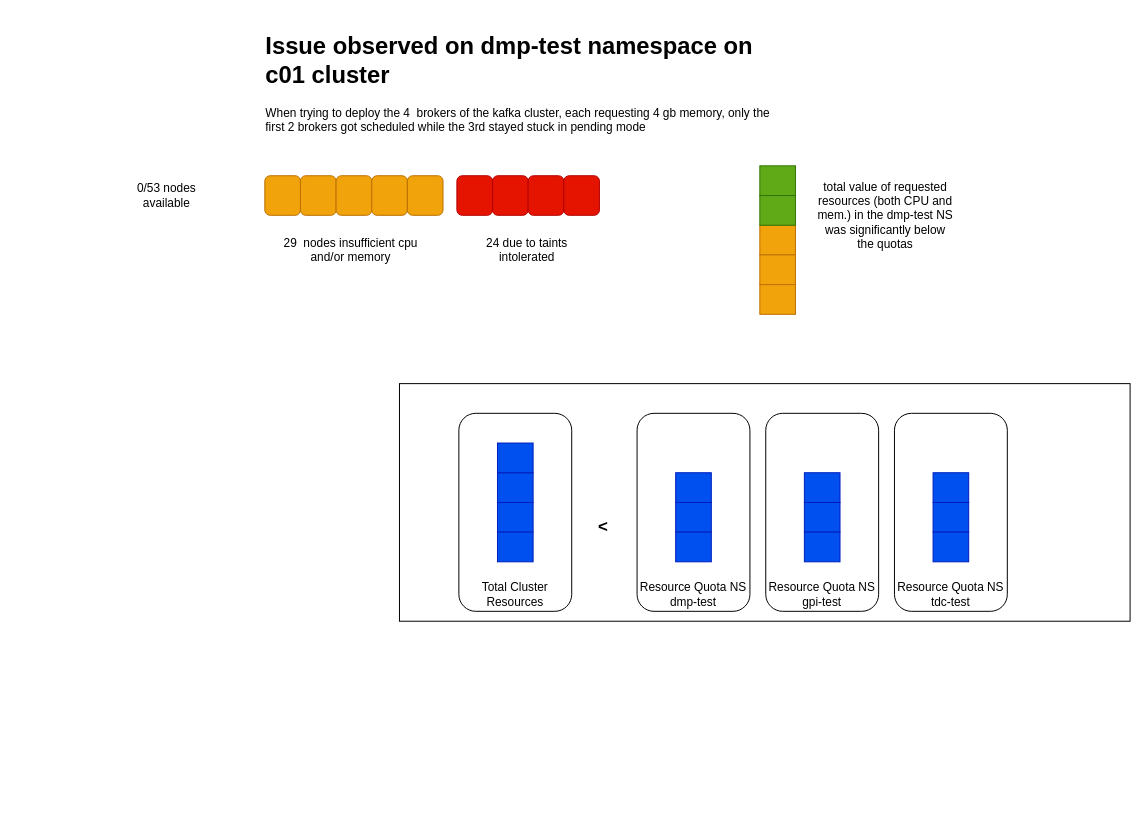
Above: page "first_come_first_served_issue" (4 of 5) of oc_ns_resource_allocation.drawio in phgSW61HS/doczipkafka (draw.io), before the change. Source tidied: cells renumbered, new cells numbered last; positions are measured from the earlier drawing's top-left corner, leaving out a move shared by most shapes. Both pictures are drawn from the tidied source at 99%, with x=0, y=0 at pixel (122, 27).
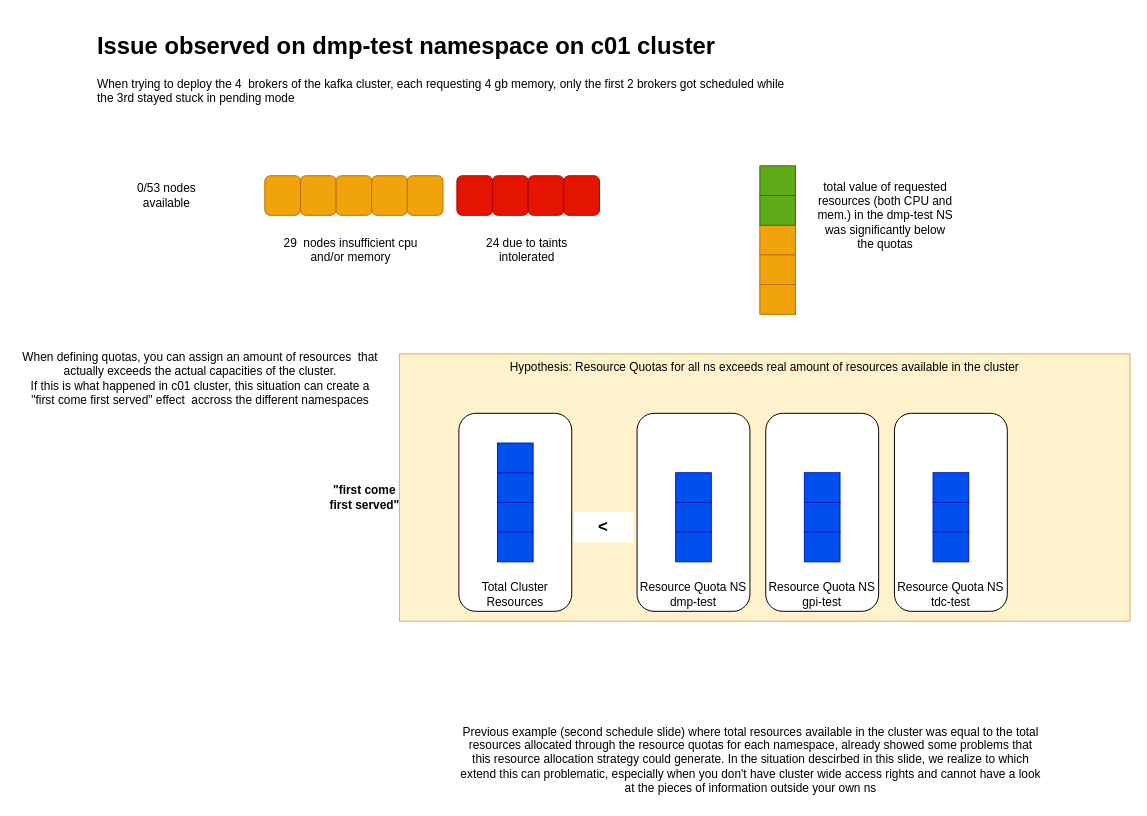
The same diagram, later.

Diff of the diagram source:
```diff
@@
     <mxCell id="2" value="&lt;h1&gt;Issue observed on dmp-test namespace on c01 cluster&lt;/h1&gt;&lt;p&gt;When trying to deploy the 4&amp;nbsp; brokers of the kafka cluster, each requesting 4 gb memory, only the first 2 brokers got scheduled while the 3rd stayed stuck in pending mode&lt;/p&gt;" style="text;html=1;strokeColor=none;fillColor=none;spacing=5;spacingTop=-20;whiteSpace=wrap;overflow=hidden;rounded=0;" parent="1" vertex="1">
-      <mxGeometry x="140" width="540" height="120" as="geometry" />
+      <mxGeometry x="-30" width="710" height="120" as="geometry" />
     </mxCell>
@@
-    <mxCell id="21" style="rounded=0;whiteSpace=wrap;html=1;" parent="1" vertex="1">
-      <mxGeometry x="280" y="360" width="738" height="240" as="geometry" />
+    <mxCell id="21" value="Hypothesis: Resource Quotas for all ns exceeds real amount of resources available in the cluster" style="rounded=0;whiteSpace=wrap;html=1;verticalAlign=top;fillColor=#fff2cc;strokeColor=#d6b656;" parent="1" vertex="1">
+      <mxGeometry x="280" y="330" width="738" height="270" as="geometry" />
     </mxCell>
@@
+    <mxCell id="40" value="When defining quotas, you can assign an amount of resources&amp;nbsp; that actually exceeds the actual capacities of the cluster.&lt;br&gt;If this is what happened in c01 cluster, this situation can create a &quot;first come first served&quot; effect&amp;nbsp; accross the different namespaces" style="text;html=1;strokeColor=none;fillColor=none;align=center;verticalAlign=middle;whiteSpace=wrap;rounded=0;fontStyle=0;" parent="1" vertex="1">
+      <mxGeometry x="-106" y="300" width="370" height="110" as="geometry" />
+    </mxCell>
+    <mxCell id="41" value="&quot;first come first served&quot;" style="text;html=1;strokeColor=none;fillColor=none;align=center;verticalAlign=middle;whiteSpace=wrap;rounded=0;fontStyle=1;" parent="1" vertex="1">
+      <mxGeometry x="202" y="460" width="86" height="30" as="geometry" />
+    </mxCell>
+    <mxCell id="42" value="Previous example (second schedule slide) where total resources available in the cluster was equal to the total resources allocated through the resource quotas for each namespace, already showed some problems that this resource allocation strategy could generate. In the situation descirbed in this slide, we realize to which extend this can problematic, especially when you don't have cluster wide access rights and cannot have a look at the pieces of information outside your own ns" style="text;html=1;strokeColor=none;fillColor=none;align=center;verticalAlign=middle;whiteSpace=wrap;rounded=0;" parent="1" vertex="1">
+      <mxGeometry x="340" y="700" width="590" height="80" as="geometry" />
+    </mxCell>
```
